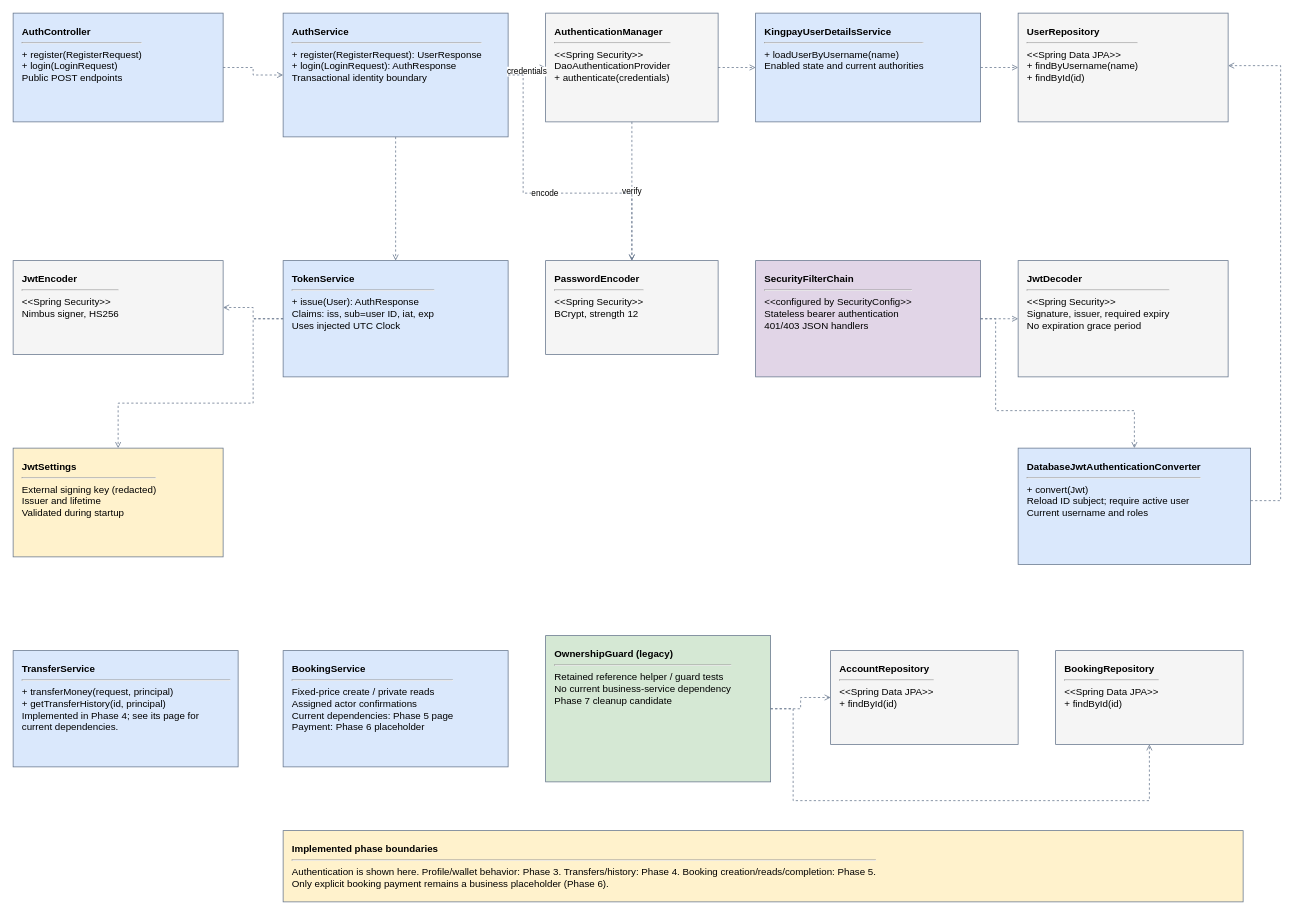
Earlier version of the draw.io diagram page "Phase 2 security" (2 of 13) of Kingpay.drawio (ezra-jeo/MCO1-ezra-jeo). Source tidied: cells renumbered, new cells numbered last; positions are measured from the earlier drawing's top-left corner, leaving out a move shared by most shapes. Both pictures are drawn from the tidied source at 75%, with x=0, y=0 at pixel (13, 13).
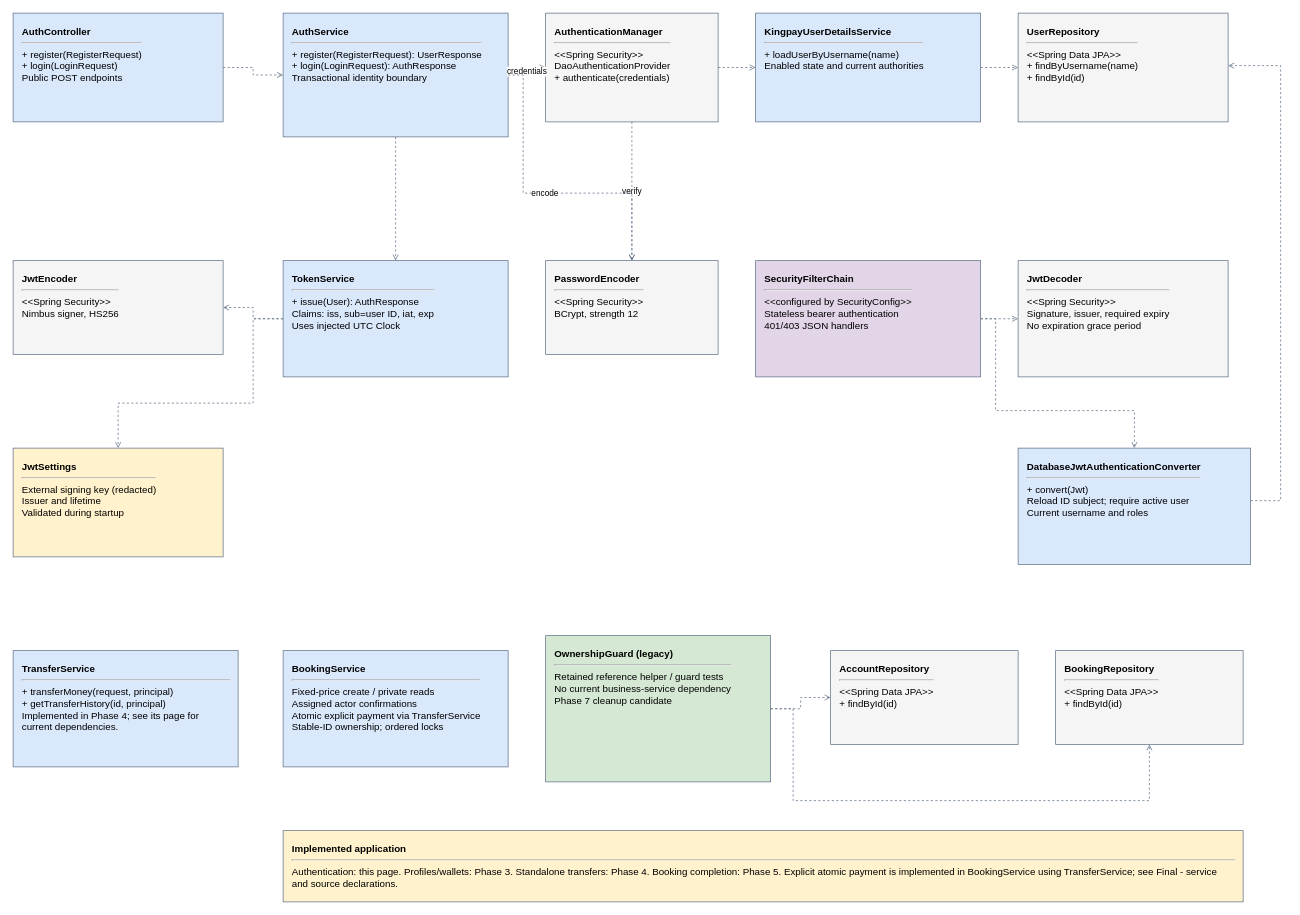
After the change.

The edit, as a diff of the source:
```diff
@@
-    <mxCell id="15" value="&lt;b&gt;BookingService&lt;/b&gt;&lt;hr&gt;Fixed-price create / private reads&lt;br&gt;Assigned actor confirmations&lt;br&gt;Current dependencies: Phase 5 page&lt;br&gt;Payment: Phase 6 placeholder" style="html=1;whiteSpace=wrap;rounded=0;align=left;verticalAlign=top;spacing=12;fontSize=13;fontFamily=Helvetica;strokeColor=#64748B;fillColor=#DAE8FC;" parent="1" vertex="1">
+    <mxCell id="15" value="&lt;b&gt;BookingService&lt;/b&gt;&lt;hr&gt;Fixed-price create / private reads&lt;br&gt;Assigned actor confirmations&lt;br&gt;Atomic explicit payment via TransferService&lt;br&gt;Stable-ID ownership; ordered locks" style="html=1;whiteSpace=wrap;rounded=0;align=left;verticalAlign=top;spacing=12;fontSize=13;fontFamily=Helvetica;strokeColor=#64748B;fillColor=#DAE8FC;" parent="1" vertex="1">
       <mxGeometry x="360" y="850" width="300" height="155" as="geometry" />
     </mxCell>
@@
-    <mxCell id="19" value="&lt;b&gt;Implemented phase boundaries&lt;/b&gt;&lt;hr&gt;Authentication is shown here. Profile/wallet behavior: Phase 3. Transfers/history: Phase 4. Booking creation/reads/completion: Phase 5.&lt;br&gt;Only explicit booking payment remains a business placeholder (Phase 6)." style="html=1;whiteSpace=wrap;rounded=0;align=left;verticalAlign=top;spacing=12;fontSize=13;fontFamily=Helvetica;strokeColor=#64748B;fillColor=#FFF2CC;" parent="1" vertex="1">
+    <mxCell id="19" value="&lt;b&gt;Implemented application&lt;/b&gt;&lt;hr&gt;Authentication: this page. Profiles/wallets: Phase 3. Standalone transfers: Phase 4. Booking completion: Phase 5. Explicit atomic payment is implemented in BookingService using TransferService; see Final - service and source declarations." style="html=1;whiteSpace=wrap;rounded=0;align=left;verticalAlign=top;spacing=12;fontSize=13;fontFamily=Helvetica;strokeColor=#64748B;fillColor=#FFF2CC;" parent="1" vertex="1">
       <mxGeometry x="360" y="1090" width="1280" height="95" as="geometry" />
     </mxCell>
```
